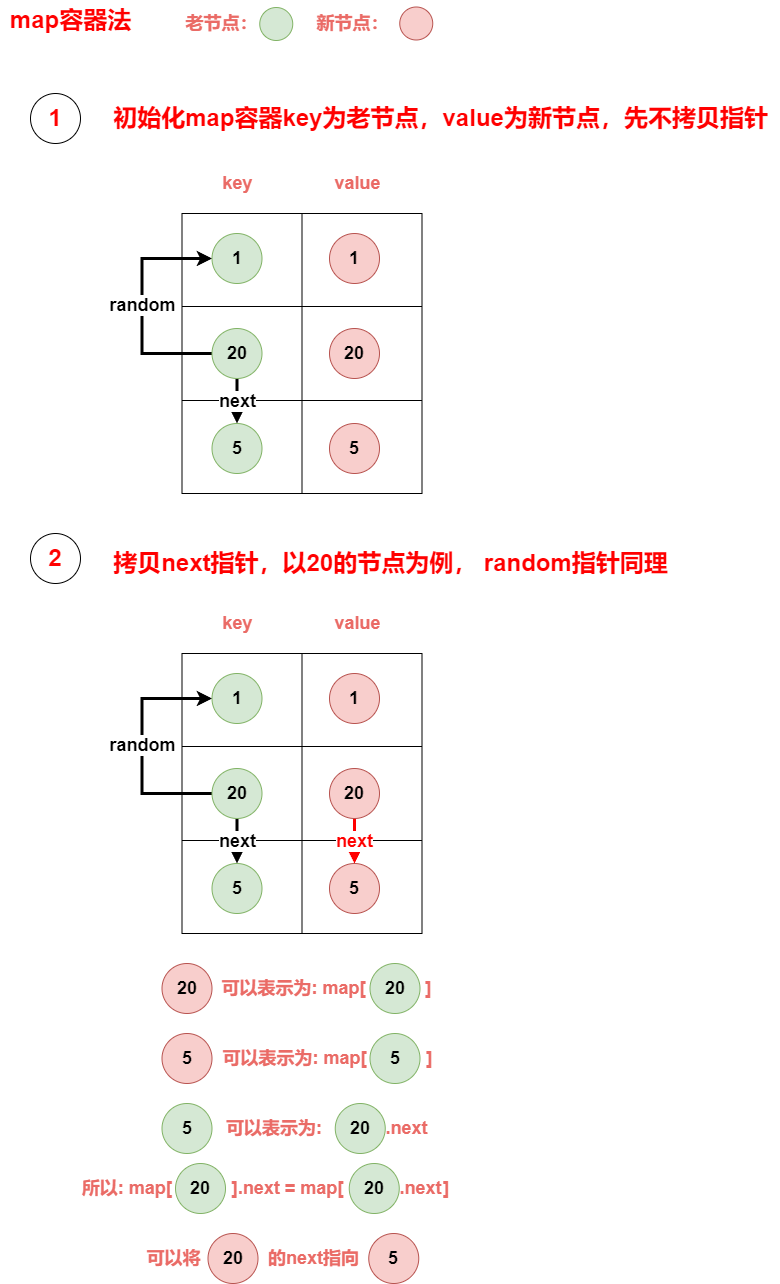
Earlier version of the draw.io export algrithem/linked_list_copy_random_list1.drawio.png (muxicode/c153080686). Source tidied: cells renumbered, new cells last; positions are measured from the earlier drawing's top-left corner, leaving out a move shared by most shapes.
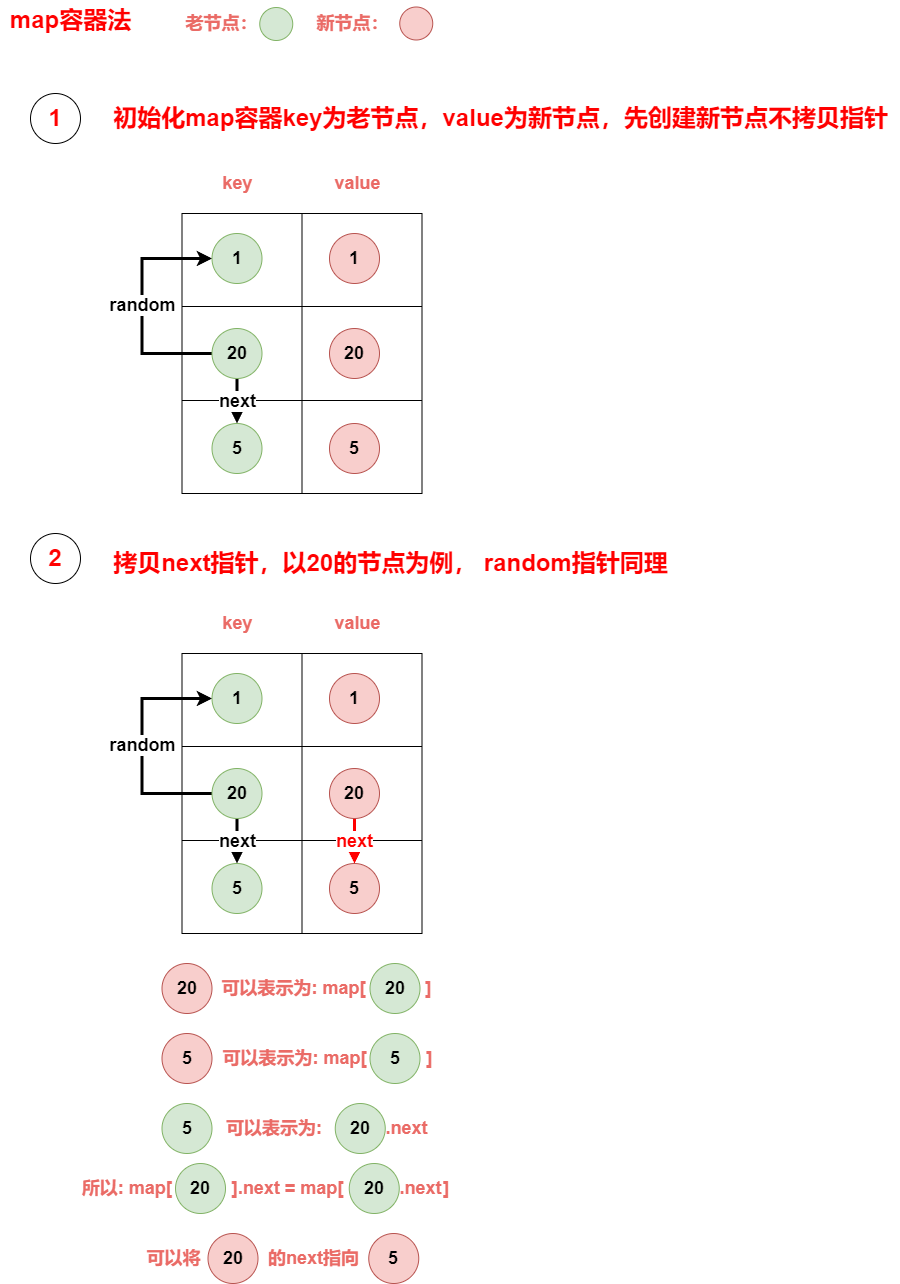
Later version of the same file.

What changed in the source:
```diff
@@ -85,8 +85,8 @@
     <mxCell id="27" value="&lt;font color=&quot;#ff0000&quot; style=&quot;font-size: 24px;&quot;&gt;1&lt;/font&gt;" style="ellipse;whiteSpace=wrap;html=1;fontStyle=1;" parent="1" vertex="1">
       <mxGeometry x="30" y="94" width="50" height="50" as="geometry" />
     </mxCell>
-    <mxCell id="28" value="&lt;font color=&quot;#ff0000&quot;&gt;&lt;span style=&quot;font-size: 24px;&quot;&gt;初始化map容器key为老节点，value为新节点，先不拷贝指针&lt;/span&gt;&lt;/font&gt;" style="text;html=1;align=center;verticalAlign=middle;strokeColor=none;fillColor=none;fontStyle=1;fontSize=16;" parent="1" vertex="1">
-      <mxGeometry x="100" y="99" width="680" height="40" as="geometry" />
+    <mxCell id="28" value="&lt;font color=&quot;#ff0000&quot;&gt;&lt;span style=&quot;font-size: 24px;&quot;&gt;初始化map容器key为老节点，value为新节点，先创建新节点不拷贝指针&lt;/span&gt;&lt;/font&gt;" style="text;html=1;align=center;verticalAlign=middle;strokeColor=none;fillColor=none;fontStyle=1;fontSize=16;" parent="1" vertex="1">
+      <mxGeometry x="100" y="99" width="800" height="40" as="geometry" />
     </mxCell>
     <mxCell id="29" style="shape=table;startSize=0;" parent="1" vertex="1">
       <mxGeometry x="181.5" y="654" width="240" height="280" as="geometry" />
```
